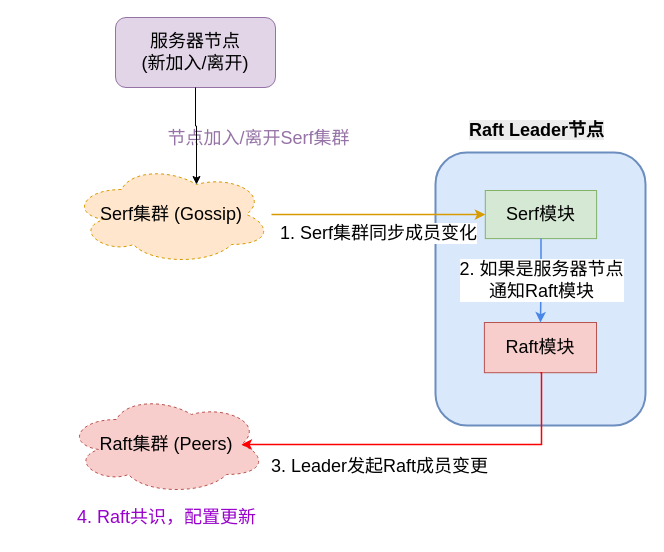
The draw.io diagram projects/Raft与serf集成架构图.drawio in hanzug/draw.io, before the edit. Source tidied: cells renumbered, new cells numbered last; positions are measured from the earlier drawing's top-left corner, leaving out a move shared by most shapes. Both pictures are drawn from the tidied source at 100%, with x=0, y=0 at pixel (66, 17).
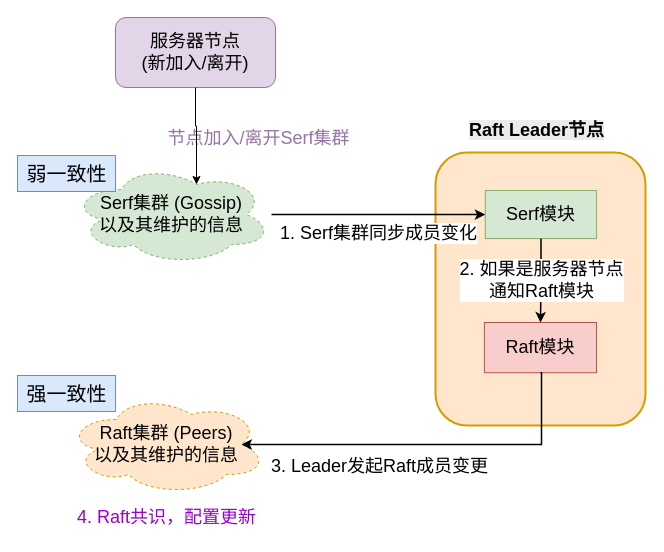
The same diagram, later.

Commit message (it also covers changes not shown here):
更新Raft与serf集成架构图.drawio

Change to the diagram source:
```diff
@@
 <mxGraphModel>
   <root>
     <mxCell id="0" />
     <mxCell id="1" parent="0" />
-    <mxCell id="2" style="rounded=1;whiteSpace=wrap;html=1;fillColor=#dae8fc;strokeColor=#6c8ebf;fontStyle=1;fontSize=18;strokeWidth=2;" parent="1" vertex="1">
+    <mxCell id="2" style="rounded=1;whiteSpace=wrap;html=1;fillColor=#ffe6cc;strokeColor=#d79b00;fontStyle=1;fontSize=18;strokeWidth=2;" parent="1" vertex="1">
       <mxGeometry x="369" y="135" width="210" height="273" as="geometry" />
     </mxCell>
     <mxCell id="3" value="Serf模块" style="rounded=0;whiteSpace=wrap;html=1;fillColor=#d5e8d4;strokeColor=#82b366;fontSize=18;" parent="2" vertex="1">
       <mxGeometry x="49.8" y="38" width="111.3" height="48.1" as="geometry" />
     </mxCell>
     <mxCell id="4" value="Raft模块" style="rounded=0;whiteSpace=wrap;html=1;fillColor=#f8cecc;strokeColor=#b85450;fontSize=18;" parent="2" vertex="1">
       <mxGeometry x="48.9" y="170" width="112.1" height="50.2" as="geometry" />
     </mxCell>
-    <mxCell id="5" value="2. 如果是服务器节点&lt;div&gt;通知Raft模块&lt;/div&gt;" style="edgeStyle=orthogonalEdgeStyle;rounded=0;jettySize=auto;html=1;endArrow=classic;endFill=1;strokeColor=#4A86E8;strokeWidth=1.5;fontSize=18;" parent="2" edge="1" source="3" target="4">
+    <mxCell id="5" value="2. 如果是服务器节点&lt;div&gt;通知Raft模块&lt;/div&gt;" style="edgeStyle=orthogonalEdgeStyle;rounded=0;jettySize=auto;html=1;endArrow=classic;endFill=1;strokeColor=#000000;strokeWidth=1.5;fontSize=18;" parent="2" edge="1" source="3" target="4">
       <mxGeometry relative="1" as="geometry" />
     </mxCell>
-    <mxCell id="6" value="Raft集群 (Peers)" style="shape=cloud;whiteSpace=wrap;html=1;fillColor=#f8cecc;strokeColor=#b85450;fontSize=18;dashed=1;" parent="1" vertex="1">
+    <mxCell id="6" value="Raft集群 (Peers)&lt;div&gt;以及其维护的信息&lt;/div&gt;" style="shape=cloud;whiteSpace=wrap;html=1;fillColor=#ffe6cc;strokeColor=#d79b00;fontSize=18;dashed=1;" parent="1" vertex="1">
       <mxGeometry y="377" width="200" height="100" as="geometry" />
     </mxCell>
-    <mxCell id="7" value="Serf集群 (Gossip)" style="shape=cloud;whiteSpace=wrap;html=1;fillColor=#ffe6cc;strokeColor=#d79b00;fontSize=18;dashed=1;" parent="1" vertex="1">
+    <mxCell id="7" value="Serf集群 (Gossip)&lt;div&gt;以及其维护的信息&lt;/div&gt;" style="shape=cloud;whiteSpace=wrap;html=1;fillColor=#d5e8d4;strokeColor=#82b366;fontSize=18;dashed=1;" parent="1" vertex="1">
       <mxGeometry x="5" y="147" width="200" height="100" as="geometry" />
     </mxCell>
     <mxCell id="8" value="服务器节点&lt;br&gt;(新加入/离开)" style="rounded=1;whiteSpace=wrap;html=1;fillColor=#e1d5e7;strokeColor=#9673a6;fontSize=18;" parent="1" vertex="1">
       <mxGeometry x="49" width="160" height="70" as="geometry" />
     </mxCell>
     <mxCell id="9" value="节点加入/离开Serf集群" style="text;html=1;align=center;verticalAlign=middle;strokeColor=none;fillColor=none;fontSize=18;fontColor=#9673a6;" parent="1" vertex="1">
       <mxGeometry x="92" y="104" width="200" height="34" as="geometry" />
     </mxCell>
-    <mxCell id="10" value="1. Serf集群同步成员变化" style="edgeStyle=orthogonalEdgeStyle;rounded=0;jettySize=auto;html=1;endArrow=classic;endFill=1;strokeColor=#d79b00;strokeWidth=1.5;fontSize=18;" parent="1" edge="1" source="7" target="3">
+    <mxCell id="10" value="1. Serf集群同步成员变化" style="edgeStyle=orthogonalEdgeStyle;rounded=0;jettySize=auto;html=1;endArrow=classic;endFill=1;strokeColor=#000000;strokeWidth=1.5;fontSize=18;" parent="1" edge="1" source="7" target="3">
       <mxGeometry y="-19" relative="1" as="geometry" />
     </mxCell>
     <mxCell id="11" value="4. Raft共识，配置更新" style="text;html=1;align=center;verticalAlign=middle;strokeColor=none;fillColor=none;fontSize=18;fontColor=#9900CC;" parent="1" vertex="1">
       <mxGeometry x="1.5" y="483" width="197" height="34" as="geometry" />
     </mxCell>
     <mxCell id="12" style="edgeStyle=orthogonalEdgeStyle;rounded=0;jettySize=auto;html=1;exitX=0.5;exitY=1;exitDx=0;exitDy=0;entryX=0.625;entryY=0.2;entryDx=0;entryDy=0;entryPerimeter=0;fontSize=18;" parent="1" edge="1" source="8" target="7">
       <mxGeometry relative="1" as="geometry" />
     </mxCell>
     <mxCell id="13" value="&lt;span style=&quot;color: rgb(0, 0, 0); font-family: Helvetica; font-style: normal; font-variant-ligatures: normal; font-variant-caps: normal; font-weight: 700; letter-spacing: normal; orphans: 2; text-align: center; text-indent: 0px; text-transform: none; widows: 2; word-spacing: 0px; -webkit-text-stroke-width: 0px; white-space: normal; background-color: rgb(236, 236, 236); text-decoration-thickness: initial; text-decoration-style: initial; text-decoration-color: initial; float: none; display: inline !important;&quot;&gt;Raft Leader节点&lt;/span&gt;" style="text;whiteSpace=wrap;html=1;fontSize=18;" parent="1" vertex="1">
       <mxGeometry x="400.5" y="96" width="147" height="39" as="geometry" />
     </mxCell>
-    <mxCell id="14" value="3. Leader发起Raft成员变更" style="edgeStyle=orthogonalEdgeStyle;rounded=0;jettySize=auto;html=1;endArrow=classic;endFill=1;strokeColor=#FF0000;strokeWidth=1.5;exitX=0.5;exitY=1;exitDx=0;exitDy=0;entryX=0.875;entryY=0.5;entryDx=0;entryDy=0;entryPerimeter=0;fontSize=18;" parent="1" edge="1" source="4" target="6">
+    <mxCell id="14" value="3. Leader发起Raft成员变更" style="edgeStyle=orthogonalEdgeStyle;rounded=0;jettySize=auto;html=1;endArrow=classic;endFill=1;strokeColor=#000000;strokeWidth=1.5;exitX=0.5;exitY=1;exitDx=0;exitDy=0;entryX=0.875;entryY=0.5;entryDx=0;entryDy=0;entryPerimeter=0;fontSize=18;" parent="1" edge="1" source="4" target="6">
       <mxGeometry x="0.26" y="22" relative="1" as="geometry">
         <Array as="points">
           <mxPoint x="475" y="402" />
           <mxPoint x="475" y="402" />
           <mxPoint x="475" y="427" />
         </Array>
       </mxGeometry>
     </mxCell>
+    <mxCell id="15" value="弱一致性" style="text;html=1;align=center;verticalAlign=middle;strokeColor=#6c8ebf;fillColor=#dae8fc;fontSize=20;" parent="1" vertex="1">
+      <mxGeometry x="-49" y="138" width="98" height="36" as="geometry" />
+    </mxCell>
+    <mxCell id="16" value="强一致性" style="text;html=1;align=center;verticalAlign=middle;strokeColor=#6c8ebf;fillColor=#dae8fc;fontSize=20;" parent="1" vertex="1">
+      <mxGeometry x="-49" y="358" width="98" height="36" as="geometry" />
+    </mxCell>
   </root>
 </mxGraphModel>
```
